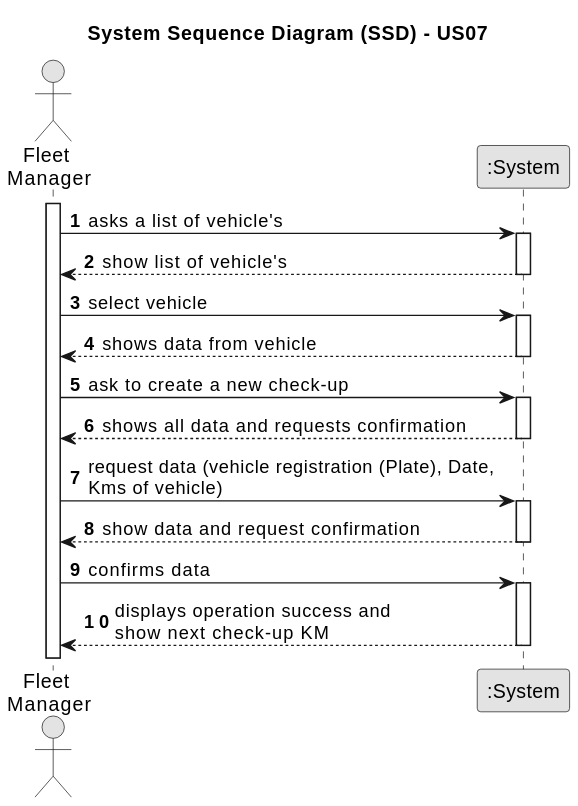
This is docs/sprintB/us07/01.requirements-engineering/svg/us07-system-sequence-diagram.svg from Paulo-Pereira-at-ISEP/lei-24-s2-1nanb-g321, a PlantUML export, as it was before one commit.
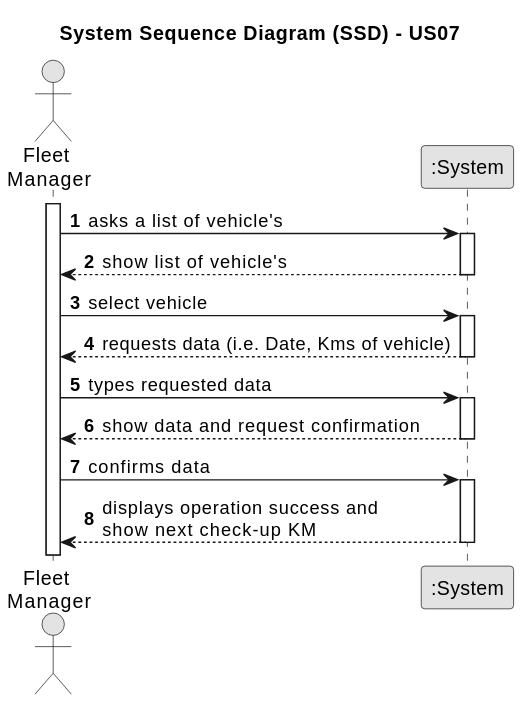
After the commit.

Commit message:
LGGPM-43 - Update data from evaluation

The edit, as a diff of the source:
```diff
@@ -21,16 +21,10 @@
     Employee -> System : select vehicle
     activate System
 
-        System --> Employee : shows data from vehicle
+        System --> Employee : requests data (i.e. Date, Kms of vehicle)
     deactivate System
 
-    Employee -> System : ask to create a new check-up
-    activate System
-
-        System --> Employee : shows all data and requests confirmation
-    deactivate System
-
-    Employee -> System : request data (vehicle registration (Plate), Date, \nKms of vehicle)
+    Employee -> System : types requested data
     activate System
 
         System --> Employee : show data and request confirmation
```
